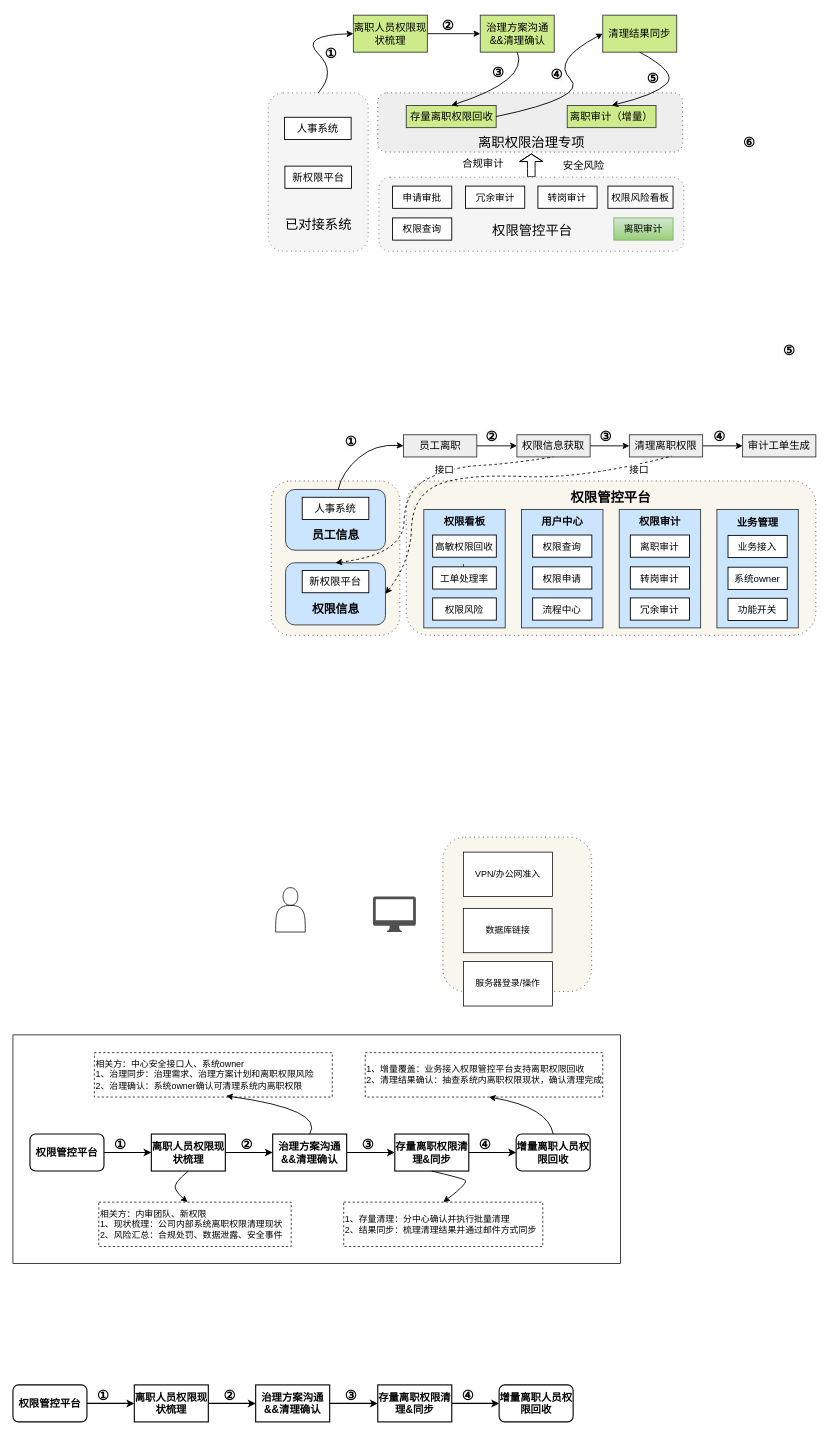
zpxiao-ios/hello-world keeps this draw.io diagram as page "第 13 页" (13 of 14) of 权限审计.drawio. Above is the earlier version. Source tidied: cells renumbered, new cells numbered last; positions are measured from the earlier drawing's top-left corner, leaving out a move shared by most shapes. Both pictures are drawn from the tidied source at 74%, with x=0, y=0 at pixel (13, 13).
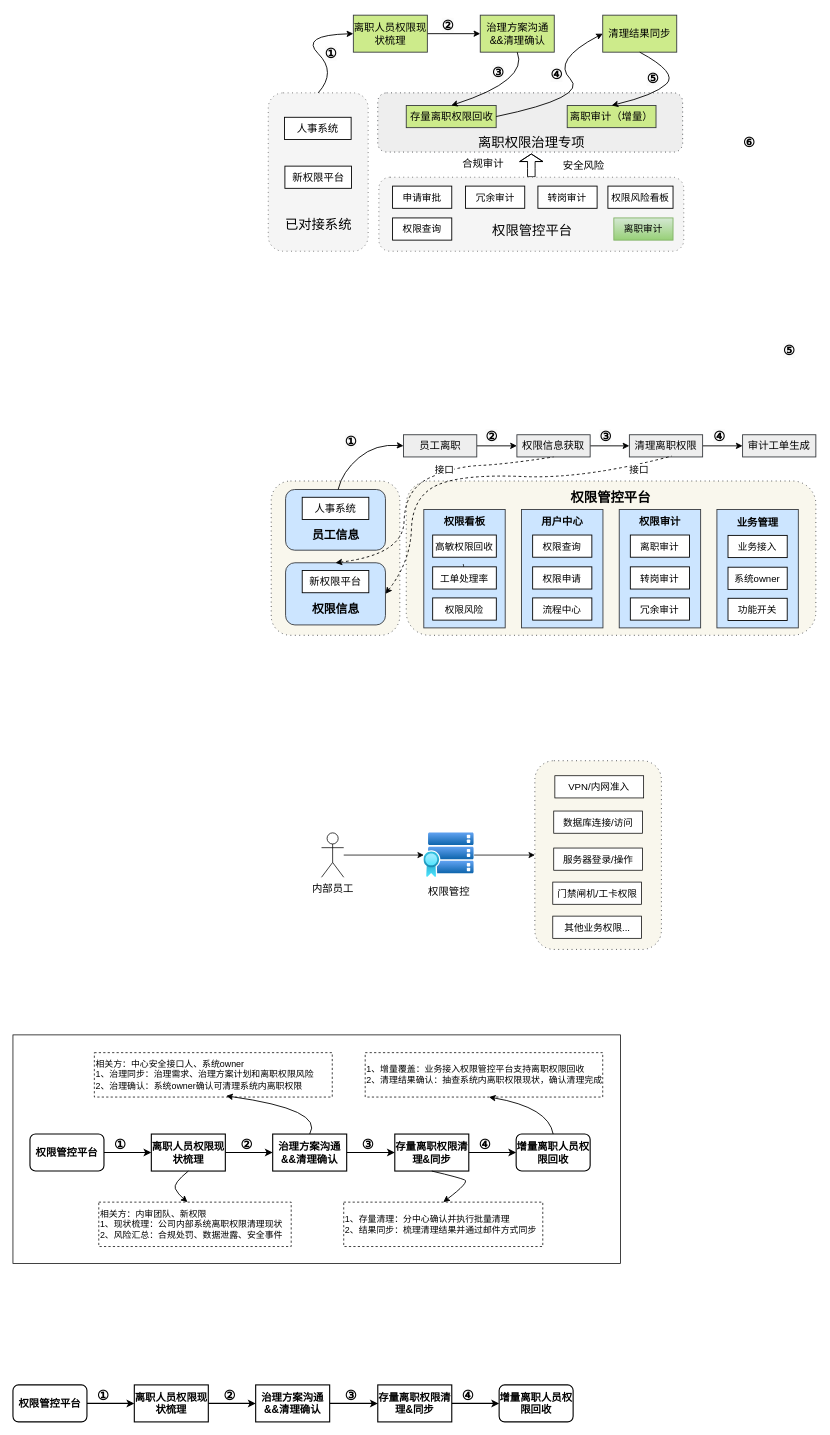
The same page after the edit.

Commit message (it also covers changes not shown here):
更新权限审计.drawio

The edit, as a diff of the source:
```diff
@@
-    <mxCell id="116" style="shape=actor;whiteSpace=wrap;html=1;" parent="1" vertex="1">
-      <mxGeometry x="355" y="1182" width="40" height="60" as="geometry" />
-    </mxCell>
-    <mxCell id="117" style="sketch=0;shadow=0;dashed=0;html=1;strokeColor=none;fillColor=#505050;labelPosition=center;verticalLabelPosition=bottom;verticalAlign=top;align=center;shape=mxgraph.office.devices.mac_client;" parent="1" vertex="1">
-      <mxGeometry x="486.5" y="1194" width="58" height="48" as="geometry" />
-    </mxCell>
     <mxCell id="118" style="rounded=1;whiteSpace=wrap;html=1;dashed=1;fontSize=14;dashPattern=1 4;strokeWidth=1.2;fillColor=#f9f7ed;strokeColor=#36393d;" parent="1" vertex="1">
-      <mxGeometry x="581" y="1113.8" width="201" height="208.5" as="geometry" />
+      <mxGeometry x="705.3" y="1010.5" width="171" height="255" as="geometry" />
     </mxCell>
-    <mxCell id="119" value="VPN/办公网准入" style="rounded=0;whiteSpace=wrap;html=1;" parent="1" vertex="1">
-      <mxGeometry x="609" y="1134" width="120" height="60" as="geometry" />
+    <mxCell id="119" value="VPN/内网准入" style="rounded=0;whiteSpace=wrap;html=1;fontSize=13;" parent="1" vertex="1">
+      <mxGeometry x="732.3" y="1030.8" width="120" height="30" as="geometry" />
     </mxCell>
-    <mxCell id="120" value="数据库链接" style="rounded=0;whiteSpace=wrap;html=1;" parent="1" vertex="1">
-      <mxGeometry x="608.6" y="1210" width="120" height="60" as="geometry" />
+    <mxCell id="120" value="数据库连接/访问" style="rounded=0;whiteSpace=wrap;html=1;fontSize=13;" parent="1" vertex="1">
+      <mxGeometry x="730.8" y="1078.5" width="120" height="30" as="geometry" />
     </mxCell>
-    <mxCell id="121" value="服务器登录/操作" style="rounded=0;whiteSpace=wrap;html=1;" parent="1" vertex="1">
-      <mxGeometry x="609" y="1282" width="120" height="60" as="geometry" />
+    <mxCell id="121" value="服务器登录/操作" style="rounded=0;whiteSpace=wrap;html=1;fontSize=13;" parent="1" vertex="1">
+      <mxGeometry x="730.8" y="1128.5" width="120" height="30" as="geometry" />
     </mxCell>
+    <mxCell id="122" style="edgeStyle=orthogonalEdgeStyle;rounded=0;jettySize=auto;html=1;" parent="1" edge="1" source="123" target="127">
+      <mxGeometry relative="1" as="geometry" />
+    </mxCell>
+    <mxCell id="123" value="内部员工" style="shape=umlActor;verticalLabelPosition=bottom;verticalAlign=top;html=1;outlineConnect=0;fontSize=14;" parent="1" vertex="1">
+      <mxGeometry x="417" y="1108" width="30" height="60" as="geometry" />
+    </mxCell>
+    <mxCell id="124" value="门禁闸机/工卡权限" style="rounded=0;whiteSpace=wrap;html=1;fontSize=13;" parent="1" vertex="1">
+      <mxGeometry x="729.5" y="1174.5" width="120" height="30" as="geometry" />
+    </mxCell>
+    <mxCell id="125" value="其他业务权限..." style="rounded=0;whiteSpace=wrap;html=1;fontSize=13;" parent="1" vertex="1">
+      <mxGeometry x="729.5" y="1220.5" width="120" height="30" as="geometry" />
+    </mxCell>
+    <mxCell id="126" style="edgeStyle=orthogonalEdgeStyle;rounded=0;jettySize=auto;html=1;" parent="1" edge="1" source="127" target="118">
+      <mxGeometry relative="1" as="geometry" />
+    </mxCell>
+    <mxCell id="127" value="权限管控" style="image;html=1;points=[];align=center;fontSize=14;image=img/lib/azure2/iot/Stack_HCI_Premium.svg;" parent="1" vertex="1">
+      <mxGeometry x="555.2" y="1104" width="68" height="68" as="geometry" />
+    </mxCell>
```
